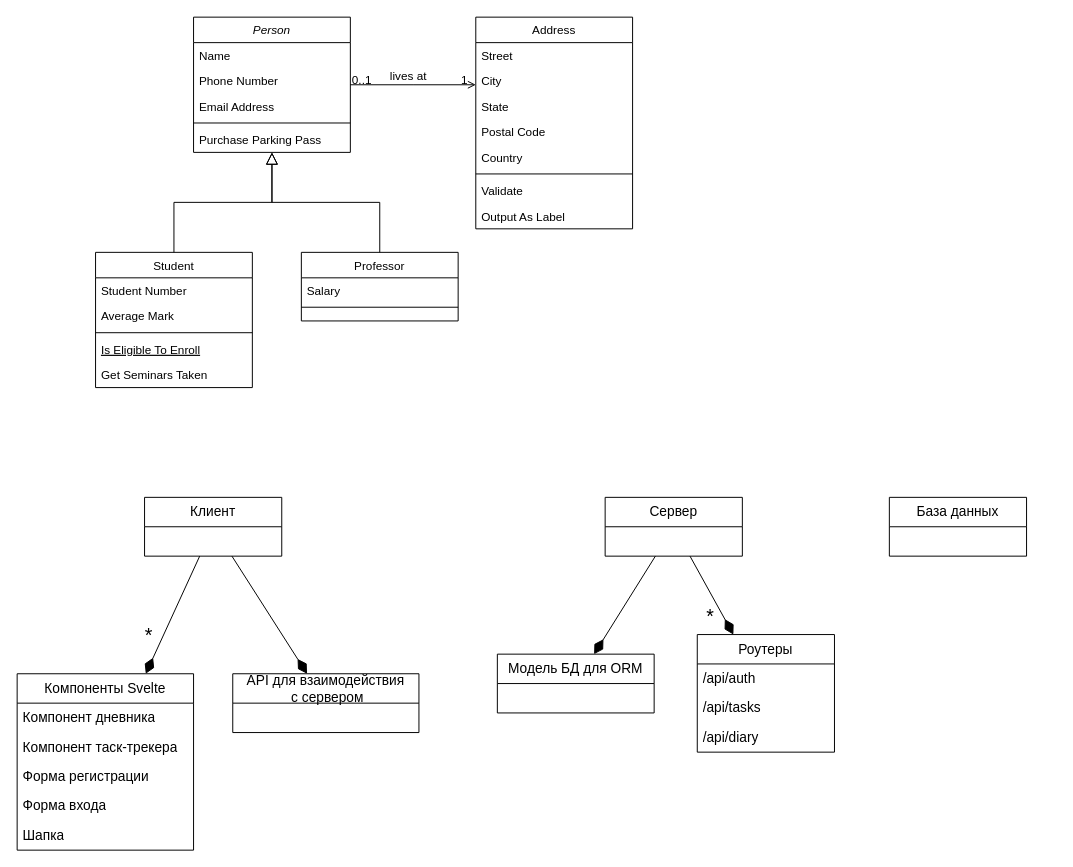
Earlier version of the draw.io diagram Диаграмма без названия.drawio (v-tempe/draw.io). Source tidied: cells renumbered, new cells numbered last; positions are measured from the earlier drawing's top-left corner, leaving out a move shared by most shapes. Both pictures are drawn from the tidied source at 98%, with x=0, y=0 at pixel (17, 17).
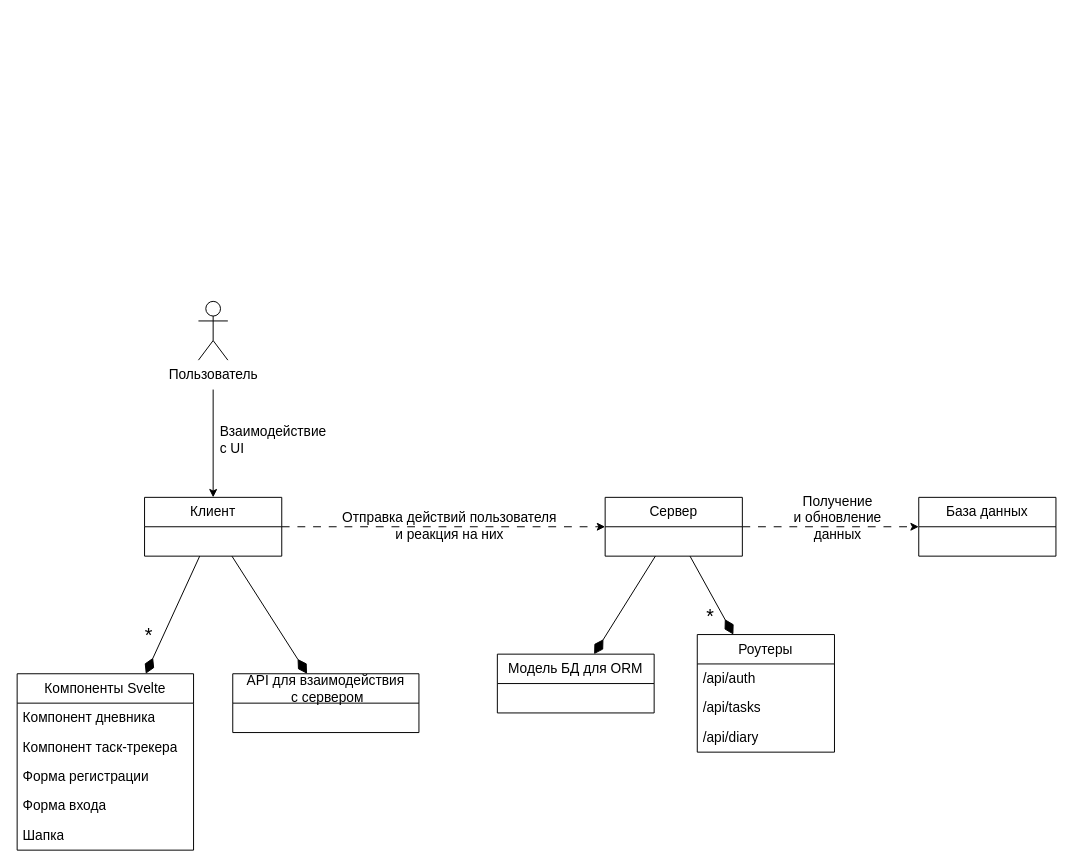
After the change.

The change refers to these unchanged cells:
```xml
<mxCell id="32" value="Клиент" style="swimlane;fontStyle=0;horizontal=1;startSize=30;whiteSpace=wrap;html=1;fontSize=14;" parent="1" vertex="1">
  <mxGeometry x="130" y="490" width="140" height="60" as="geometry" />
</mxCell>
<mxCell id="35" value="Сервер" style="swimlane;fontStyle=0;horizontal=1;startSize=30;whiteSpace=wrap;html=1;fontSize=14;" parent="1" vertex="1">
  <mxGeometry x="600" y="490" width="140" height="60" as="geometry" />
</mxCell>
```

The edit, as a diff of the source:
```diff
@@
-    <mxCell id="2" value="Person" style="swimlane;fontStyle=2;align=center;verticalAlign=top;horizontal=1;startSize=26;rounded=0;shadow=0;strokeWidth=1;" parent="1" vertex="1">
-      <mxGeometry x="180" width="160" height="138" as="geometry" />
-    </mxCell>
-    <mxCell id="3" value="Name" style="text;align=left;verticalAlign=top;spacingLeft=4;spacingRight=4;overflow=hidden;" parent="2" vertex="1">
-      <mxGeometry y="26" width="160" height="26" as="geometry" />
-    </mxCell>
-    <mxCell id="4" value="Phone Number" style="text;align=left;verticalAlign=top;spacingLeft=4;spacingRight=4;overflow=hidden;rounded=0;shadow=0;html=0;" parent="2" vertex="1">
-      <mxGeometry y="52" width="160" height="26" as="geometry" />
-    </mxCell>
-    <mxCell id="5" value="Email Address" style="text;align=left;verticalAlign=top;spacingLeft=4;spacingRight=4;overflow=hidden;rounded=0;shadow=0;html=0;" parent="2" vertex="1">
-      <mxGeometry y="78" width="160" height="26" as="geometry" />
-    </mxCell>
-    <mxCell id="6" style="line;html=1;strokeWidth=1;align=left;verticalAlign=middle;spacingTop=-1;spacingLeft=3;spacingRight=3;labelPosition=right;" parent="2" vertex="1">
-      <mxGeometry y="104" width="160" height="8" as="geometry" />
-    </mxCell>
-    <mxCell id="7" value="Purchase Parking Pass" style="text;align=left;verticalAlign=top;spacingLeft=4;spacingRight=4;overflow=hidden;" parent="2" vertex="1">
-      <mxGeometry y="112" width="160" height="26" as="geometry" />
-    </mxCell>
-    <mxCell id="8" value="Student" style="swimlane;fontStyle=0;align=center;verticalAlign=top;horizontal=1;startSize=26;rounded=0;shadow=0;strokeWidth=1;" parent="1" vertex="1">
-      <mxGeometry x="80" y="240" width="160" height="138" as="geometry" />
-    </mxCell>
-    <mxCell id="9" value="Student Number" style="text;align=left;verticalAlign=top;spacingLeft=4;spacingRight=4;overflow=hidden;" parent="8" vertex="1">
-      <mxGeometry y="26" width="160" height="26" as="geometry" />
-    </mxCell>
-    <mxCell id="10" value="Average Mark" style="text;align=left;verticalAlign=top;spacingLeft=4;spacingRight=4;overflow=hidden;rounded=0;shadow=0;html=0;" parent="8" vertex="1">
-      <mxGeometry y="52" width="160" height="26" as="geometry" />
-    </mxCell>
-    <mxCell id="11" style="line;html=1;strokeWidth=1;align=left;verticalAlign=middle;spacingTop=-1;spacingLeft=3;spacingRight=3;labelPosition=right;" parent="8" vertex="1">
-      <mxGeometry y="78" width="160" height="8" as="geometry" />
-    </mxCell>
-    <mxCell id="12" value="Is Eligible To Enroll" style="text;align=left;verticalAlign=top;spacingLeft=4;spacingRight=4;overflow=hidden;fontStyle=4;" parent="8" vertex="1">
-      <mxGeometry y="86" width="160" height="26" as="geometry" />
-    </mxCell>
-    <mxCell id="13" value="Get Seminars Taken" style="text;align=left;verticalAlign=top;spacingLeft=4;spacingRight=4;overflow=hidden;" parent="8" vertex="1">
-      <mxGeometry y="112" width="160" height="26" as="geometry" />
-    </mxCell>
-    <mxCell id="14" style="endArrow=block;endSize=10;endFill=0;shadow=0;strokeWidth=1;rounded=0;curved=0;edgeStyle=elbowEdgeStyle;elbow=vertical;" parent="1" edge="1" source="8" target="2">
-      <mxGeometry relative="1" as="geometry" />
-    </mxCell>
-    <mxCell id="15" value="Professor" style="swimlane;fontStyle=0;align=center;verticalAlign=top;horizontal=1;startSize=26;rounded=0;shadow=0;strokeWidth=1;" parent="1" vertex="1">
-      <mxGeometry x="290" y="240" width="160" height="70" as="geometry" />
-    </mxCell>
-    <mxCell id="16" value="Salary" style="text;align=left;verticalAlign=top;spacingLeft=4;spacingRight=4;overflow=hidden;" parent="15" vertex="1">
-      <mxGeometry y="26" width="160" height="26" as="geometry" />
-    </mxCell>
-    <mxCell id="17" style="line;html=1;strokeWidth=1;align=left;verticalAlign=middle;spacingTop=-1;spacingLeft=3;spacingRight=3;labelPosition=right;" parent="15" vertex="1">
-      <mxGeometry y="52" width="160" height="8" as="geometry" />
-    </mxCell>
-    <mxCell id="18" style="endArrow=block;endSize=10;endFill=0;shadow=0;strokeWidth=1;rounded=0;curved=0;edgeStyle=elbowEdgeStyle;elbow=vertical;" parent="1" edge="1" source="15" target="2">
-      <mxGeometry relative="1" as="geometry" />
-    </mxCell>
-    <mxCell id="19" value="Address" style="swimlane;fontStyle=0;align=center;verticalAlign=top;horizontal=1;startSize=26;rounded=0;shadow=0;strokeWidth=1;" parent="1" vertex="1">
-      <mxGeometry x="468" width="160" height="216" as="geometry" />
-    </mxCell>
-    <mxCell id="20" value="Street" style="text;align=left;verticalAlign=top;spacingLeft=4;spacingRight=4;overflow=hidden;" parent="19" vertex="1">
-      <mxGeometry y="26" width="160" height="26" as="geometry" />
-    </mxCell>
-    <mxCell id="21" value="City" style="text;align=left;verticalAlign=top;spacingLeft=4;spacingRight=4;overflow=hidden;rounded=0;shadow=0;html=0;" parent="19" vertex="1">
-      <mxGeometry y="52" width="160" height="26" as="geometry" />
-    </mxCell>
-    <mxCell id="22" value="State" style="text;align=left;verticalAlign=top;spacingLeft=4;spacingRight=4;overflow=hidden;rounded=0;shadow=0;html=0;" parent="19" vertex="1">
-      <mxGeometry y="78" width="160" height="26" as="geometry" />
-    </mxCell>
-    <mxCell id="23" value="Postal Code" style="text;align=left;verticalAlign=top;spacingLeft=4;spacingRight=4;overflow=hidden;rounded=0;shadow=0;html=0;" parent="19" vertex="1">
-      <mxGeometry y="104" width="160" height="26" as="geometry" />
-    </mxCell>
-    <mxCell id="24" value="Country" style="text;align=left;verticalAlign=top;spacingLeft=4;spacingRight=4;overflow=hidden;rounded=0;shadow=0;html=0;" parent="19" vertex="1">
-      <mxGeometry y="130" width="160" height="26" as="geometry" />
-    </mxCell>
-    <mxCell id="25" style="line;html=1;strokeWidth=1;align=left;verticalAlign=middle;spacingTop=-1;spacingLeft=3;spacingRight=3;labelPosition=right;" parent="19" vertex="1">
-      <mxGeometry y="156" width="160" height="8" as="geometry" />
-    </mxCell>
-    <mxCell id="26" value="Validate" style="text;align=left;verticalAlign=top;spacingLeft=4;spacingRight=4;overflow=hidden;" parent="19" vertex="1">
-      <mxGeometry y="164" width="160" height="26" as="geometry" />
-    </mxCell>
-    <mxCell id="27" value="Output As Label" style="text;align=left;verticalAlign=top;spacingLeft=4;spacingRight=4;overflow=hidden;" parent="19" vertex="1">
-      <mxGeometry y="190" width="160" height="26" as="geometry" />
-    </mxCell>
-    <mxCell id="28" style="endArrow=open;shadow=0;strokeWidth=1;rounded=0;curved=0;endFill=1;edgeStyle=elbowEdgeStyle;elbow=vertical;" parent="1" edge="1" source="2" target="19">
-      <mxGeometry x="0.5" y="41" relative="1" as="geometry">
-        <mxPoint x="-40" y="32" as="offset" />
-      </mxGeometry>
-    </mxCell>
-    <mxCell id="29" value="0..1" style="align=left;verticalAlign=bottom;labelBackgroundColor=none;fontSize=12;" parent="28" vertex="1">
-      <mxGeometry x="-1" relative="1" as="geometry">
-        <mxPoint y="4" as="offset" />
-      </mxGeometry>
-    </mxCell>
-    <mxCell id="30" value="1" style="align=right;verticalAlign=bottom;labelBackgroundColor=none;fontSize=12;" parent="28" vertex="1">
-      <mxGeometry x="1" relative="1" as="geometry">
-        <mxPoint x="-7" y="4" as="offset" />
-      </mxGeometry>
-    </mxCell>
-    <mxCell id="31" value="lives at" style="text;html=1;align=center;verticalAlign=middle;labelBackgroundColor=none;rounded=0;shadow=0;strokeWidth=1;fontSize=12;" parent="28" vertex="1">
-      <mxGeometry x="0.5" y="49" relative="1" as="geometry">
-        <mxPoint x="-38" y="40" as="offset" />
-      </mxGeometry>
-    </mxCell>
@@
     <mxCell id="36" value="База данных" style="swimlane;fontStyle=0;horizontal=1;startSize=30;whiteSpace=wrap;html=1;fontSize=14;" parent="1" vertex="1">
-      <mxGeometry x="890" y="490" width="140" height="60" as="geometry" />
+      <mxGeometry x="920" y="490" width="140" height="60" as="geometry" />
     </mxCell>
@@
+    <mxCell id="53" value="&lt;font style=&quot;font-size: 14px;&quot;&gt;Пользователь&lt;/font&gt;" style="shape=umlActor;verticalLabelPosition=bottom;verticalAlign=top;html=1;" parent="1" vertex="1">
+      <mxGeometry x="185" y="290" width="30" height="60" as="geometry" />
+    </mxCell>
+    <mxCell id="54" style="endArrow=classic;html=1;rounded=0;exitX=1;exitY=0.5;exitDx=0;exitDy=0;entryX=0;entryY=0.5;entryDx=0;entryDy=0;dashed=1;dashPattern=8 8;" parent="1" edge="1" source="32" target="35">
+      <mxGeometry relative="1" as="geometry" />
+    </mxCell>
+    <mxCell id="55" value="&lt;span&gt;Отправка действий пользователя&lt;/span&gt;&lt;div&gt;и реакция на них&lt;/div&gt;" style="edgeLabel;html=1;align=center;verticalAlign=middle;fontSize=14;labelBackgroundColor=none;" parent="54" vertex="1">
+      <mxGeometry x="0.37" y="1" relative="1" as="geometry">
+        <mxPoint x="-56" y="-1" as="offset" />
+      </mxGeometry>
+    </mxCell>
+    <mxCell id="56" style="endArrow=classic;html=1;rounded=0;exitX=1;exitY=0.5;exitDx=0;exitDy=0;entryX=0;entryY=0.5;entryDx=0;entryDy=0;dashed=1;dashPattern=8 8;" parent="1" edge="1" source="35" target="36">
+      <mxGeometry relative="1" as="geometry" />
+    </mxCell>
+    <mxCell id="57" value="Получение&lt;div&gt;и обновление&lt;/div&gt;&lt;div&gt;данных&lt;/div&gt;" style="edgeLabel;html=1;align=center;verticalAlign=middle;fontSize=14;labelBackgroundColor=none;" parent="56" vertex="1">
+      <mxGeometry x="0.45" y="-1" relative="1" as="geometry">
+        <mxPoint x="-35" y="-11" as="offset" />
+      </mxGeometry>
+    </mxCell>
+    <mxCell id="58" style="endArrow=classic;html=1;rounded=0;entryX=0.5;entryY=0;entryDx=0;entryDy=0;" parent="1" edge="1" target="32">
+      <mxGeometry relative="1" as="geometry">
+        <mxPoint x="200" y="380" as="sourcePoint" />
+      </mxGeometry>
+    </mxCell>
+    <mxCell id="59" value="&lt;font style=&quot;font-size: 14px;&quot;&gt;Взаимодействие&lt;/font&gt;&lt;div style=&quot;text-align: left;&quot;&gt;&lt;font style=&quot;font-size: 14px;&quot;&gt;с UI&lt;/font&gt;&lt;/div&gt;" style="edgeLabel;html=1;align=center;verticalAlign=middle;labelBackgroundColor=none;" parent="58" vertex="1">
+      <mxGeometry x="-0.67" y="-3" relative="1" as="geometry">
+        <mxPoint x="63" y="32" as="offset" />
+      </mxGeometry>
+    </mxCell>
```
